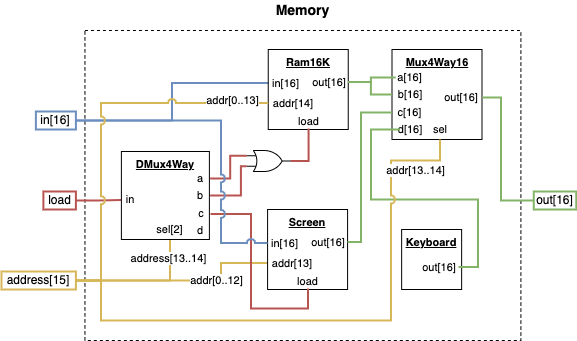
Earlier version of the draw.io export course1/project5/diagrams/memory.png (pwbrown/nand2tetris). Source tidied: cells renumbered, new cells last; positions are measured from the earlier drawing's top-left corner, leaving out a move shared by most shapes. The source it was exported from:
```xml
<mxGraphModel>
  <root>
    <mxCell id="0" />
    <mxCell id="1" parent="0" />
    <mxCell id="2" value="&lt;span style=&quot;font-size: 14px;&quot;&gt;&lt;b&gt;Memory&lt;/b&gt;&lt;/span&gt;" style="text;html=1;align=center;verticalAlign=middle;whiteSpace=wrap;rounded=0;" parent="1" vertex="1">
      <mxGeometry x="270.1" width="62.6" height="20" as="geometry" />
    </mxCell>
    <mxCell id="3" style="rounded=0;whiteSpace=wrap;html=1;dashed=1;" parent="1" vertex="1">
      <mxGeometry x="83.4" y="30" width="435.9" height="310" as="geometry" />
    </mxCell>
    <mxCell id="4" style="edgeStyle=orthogonalEdgeStyle;shape=connector;rounded=0;jettySize=auto;html=1;exitX=1;exitY=0.5;exitDx=0;exitDy=0;entryX=0;entryY=0.5;entryDx=0;entryDy=0;strokeColor=#6c8ebf;align=center;verticalAlign=middle;fontFamily=Helvetica;fontSize=11;fontColor=default;labelBackgroundColor=default;startFill=0;endArrow=none;fillColor=#dae8fc;strokeWidth=2;" parent="1" edge="1" source="5" target="24">
      <mxGeometry relative="1" as="geometry" />
    </mxCell>
    <mxCell id="5" value="in[16]" style="text;html=1;align=center;verticalAlign=middle;whiteSpace=wrap;rounded=0;flipV=1;fillColor=none;strokeColor=#6c8ebf;strokeWidth=2;" parent="1" vertex="1">
      <mxGeometry x="34.4" y="111" width="40" height="18" as="geometry" />
    </mxCell>
    <mxCell id="6" style="edgeStyle=orthogonalEdgeStyle;rounded=0;jettySize=auto;html=1;exitX=1;exitY=0.5;exitDx=0;exitDy=0;endArrow=none;startFill=0;fillColor=#f8cecc;strokeColor=#b85450;strokeWidth=2;" parent="1" edge="1" source="7" target="16">
      <mxGeometry relative="1" as="geometry" />
    </mxCell>
    <mxCell id="7" value="load" style="text;html=1;align=center;verticalAlign=middle;whiteSpace=wrap;rounded=0;flipV=1;fillColor=none;strokeColor=#b85450;strokeWidth=2;" parent="1" vertex="1">
      <mxGeometry x="41.9" y="191" width="32.5" height="18" as="geometry" />
    </mxCell>
    <mxCell id="8" style="edgeStyle=orthogonalEdgeStyle;shape=connector;rounded=0;jettySize=auto;html=1;exitX=1;exitY=0.5;exitDx=0;exitDy=0;entryX=0.5;entryY=1;entryDx=0;entryDy=0;strokeColor=#d6b656;align=center;verticalAlign=middle;fontFamily=Helvetica;fontSize=11;fontColor=default;labelBackgroundColor=default;startFill=0;endArrow=none;fillColor=#fff2cc;strokeWidth=2;" parent="1" edge="1" source="12" target="17">
      <mxGeometry relative="1" as="geometry" />
    </mxCell>
    <mxCell id="9" value="address[13..14]" style="edgeLabel;html=1;align=center;verticalAlign=middle;fontFamily=Helvetica;fontSize=11;fontColor=default;labelBackgroundColor=default;" parent="8" vertex="1">
      <mxGeometry x="0.53" y="-3" relative="1" as="geometry">
        <mxPoint x="-5" y="-12" as="offset" />
      </mxGeometry>
    </mxCell>
    <mxCell id="10" style="edgeStyle=orthogonalEdgeStyle;shape=connector;rounded=0;jettySize=auto;html=1;exitX=1;exitY=0.5;exitDx=0;exitDy=0;entryX=0;entryY=0.5;entryDx=0;entryDy=0;strokeColor=#d6b656;align=center;verticalAlign=middle;fontFamily=Helvetica;fontSize=11;fontColor=default;labelBackgroundColor=default;startFill=0;endArrow=none;fillColor=#fff2cc;strokeWidth=2;" parent="1" edge="1" source="12" target="36">
      <mxGeometry relative="1" as="geometry">
        <Array as="points">
          <mxPoint x="219.4" y="280" />
          <mxPoint x="219.4" y="263" />
        </Array>
      </mxGeometry>
    </mxCell>
    <mxCell id="11" value="addr[0..12]" style="edgeLabel;html=1;align=center;verticalAlign=middle;fontFamily=Helvetica;fontSize=11;fontColor=default;labelBackgroundColor=default;" parent="10" vertex="1">
      <mxGeometry x="0.67" relative="1" as="geometry">
        <mxPoint x="-16" y="17" as="offset" />
      </mxGeometry>
    </mxCell>
    <mxCell id="12" value="address[15]" style="text;html=1;align=center;verticalAlign=middle;whiteSpace=wrap;rounded=0;flipV=1;fillColor=none;strokeColor=#d6b656;strokeWidth=2;" parent="1" vertex="1">
      <mxGeometry y="271" width="74.4" height="18" as="geometry" />
    </mxCell>
    <mxCell id="13" value="out[16]" style="text;html=1;align=center;verticalAlign=middle;whiteSpace=wrap;rounded=0;flipV=1;fillColor=none;strokeColor=#82b366;strokeWidth=2;" parent="1" vertex="1">
      <mxGeometry x="532.3" y="191" width="42.5" height="18" as="geometry" />
    </mxCell>
    <mxCell id="14" style="group;" parent="1" vertex="1">
      <mxGeometry x="119.9" y="151" width="90" height="88" as="geometry" />
    </mxCell>
    <mxCell id="15" value="&lt;b&gt;&lt;u&gt;DMux4Way&lt;/u&gt;&lt;/b&gt;" style="whiteSpace=wrap;html=1;fontFamily=Helvetica;fontSize=11;fontColor=default;labelBackgroundColor=default;verticalAlign=top;" parent="14" vertex="1">
      <mxGeometry width="88" height="88" as="geometry" />
    </mxCell>
    <mxCell id="16" value="in" style="text;html=1;align=center;verticalAlign=middle;whiteSpace=wrap;rounded=0;fontFamily=Helvetica;fontSize=11;fontColor=default;labelBackgroundColor=default;" parent="14" vertex="1">
      <mxGeometry y="39.5" width="18.4" height="18" as="geometry" />
    </mxCell>
    <mxCell id="17" value="sel[2]" style="text;html=1;align=center;verticalAlign=middle;whiteSpace=wrap;rounded=0;fontFamily=Helvetica;fontSize=11;fontColor=default;labelBackgroundColor=default;" parent="14" vertex="1">
      <mxGeometry x="31.2" y="70" width="34.9" height="16.2" as="geometry" />
    </mxCell>
    <mxCell id="18" value="a" style="text;html=1;align=center;verticalAlign=middle;whiteSpace=wrap;rounded=0;fontFamily=Helvetica;fontSize=11;fontColor=default;labelBackgroundColor=default;" parent="14" vertex="1">
      <mxGeometry x="70.4" y="18" width="18.4" height="18" as="geometry" />
    </mxCell>
    <mxCell id="19" value="b" style="text;html=1;align=center;verticalAlign=middle;whiteSpace=wrap;rounded=0;fontFamily=Helvetica;fontSize=11;fontColor=default;labelBackgroundColor=default;" parent="14" vertex="1">
      <mxGeometry x="70.4" y="35" width="18.4" height="18" as="geometry" />
    </mxCell>
    <mxCell id="20" value="c" style="text;html=1;align=center;verticalAlign=middle;whiteSpace=wrap;rounded=0;fontFamily=Helvetica;fontSize=11;fontColor=default;labelBackgroundColor=default;" parent="14" vertex="1">
      <mxGeometry x="70.7" y="53.9" width="18.4" height="17.1" as="geometry" />
    </mxCell>
    <mxCell id="21" value="d" style="text;html=1;align=center;verticalAlign=middle;whiteSpace=wrap;rounded=0;fontFamily=Helvetica;fontSize=11;fontColor=default;labelBackgroundColor=default;" parent="14" vertex="1">
      <mxGeometry x="70.4" y="70" width="18.4" height="18" as="geometry" />
    </mxCell>
    <mxCell id="22" style="group;fontFamily=Helvetica;fontSize=11;fontColor=default;labelBackgroundColor=default;" parent="1" vertex="1">
      <mxGeometry x="266.8" y="49" width="80" height="80" as="geometry" />
    </mxCell>
    <mxCell id="23" value="&lt;b&gt;&lt;u&gt;Ram16K&lt;/u&gt;&lt;/b&gt;" style="whiteSpace=wrap;html=1;fontFamily=Helvetica;fontSize=11;fontColor=default;labelBackgroundColor=default;verticalAlign=top;" parent="22" vertex="1">
      <mxGeometry width="80" height="80" as="geometry" />
    </mxCell>
    <mxCell id="24" value="in[16]" style="text;html=1;align=center;verticalAlign=middle;whiteSpace=wrap;rounded=0;fontFamily=Helvetica;fontSize=11;fontColor=default;labelBackgroundColor=default;" parent="22" vertex="1">
      <mxGeometry y="26" width="34.9" height="15" as="geometry" />
    </mxCell>
    <mxCell id="25" value="out[16]" style="text;html=1;align=center;verticalAlign=middle;whiteSpace=wrap;rounded=0;fontFamily=Helvetica;fontSize=11;fontColor=default;labelBackgroundColor=default;" parent="22" vertex="1">
      <mxGeometry x="42.1" y="25" width="37.9" height="15" as="geometry" />
    </mxCell>
    <mxCell id="26" value="addr[14]" style="text;html=1;align=center;verticalAlign=middle;whiteSpace=wrap;rounded=0;fontFamily=Helvetica;fontSize=11;fontColor=default;labelBackgroundColor=default;" parent="22" vertex="1">
      <mxGeometry x="0.1" y="46" width="49.9" height="15" as="geometry" />
    </mxCell>
    <mxCell id="27" value="load" style="text;html=1;align=center;verticalAlign=middle;whiteSpace=wrap;rounded=0;fontFamily=Helvetica;fontSize=11;fontColor=default;labelBackgroundColor=default;" parent="22" vertex="1">
      <mxGeometry x="23.9" y="64" width="32.9" height="15" as="geometry" />
    </mxCell>
    <mxCell id="28" style="edgeStyle=orthogonalEdgeStyle;shape=connector;rounded=0;jettySize=auto;html=1;exitX=1;exitY=0.5;exitDx=0;exitDy=0;exitPerimeter=0;entryX=0.5;entryY=1;entryDx=0;entryDy=0;strokeColor=#b85450;align=center;verticalAlign=middle;fontFamily=Helvetica;fontSize=11;fontColor=default;labelBackgroundColor=default;startFill=0;endArrow=none;fillColor=#f8cecc;strokeWidth=2;" parent="1" edge="1" source="29" target="27">
      <mxGeometry relative="1" as="geometry" />
    </mxCell>
    <mxCell id="29" style="verticalLabelPosition=bottom;shadow=0;dashed=0;align=center;html=1;verticalAlign=top;shape=mxgraph.electrical.logic_gates.logic_gate;operation=or;fontFamily=Helvetica;fontSize=11;fontColor=default;labelBackgroundColor=default;" parent="1" vertex="1">
      <mxGeometry x="245.1" y="150" width="44.2" height="21" as="geometry" />
    </mxCell>
    <mxCell id="30" style="edgeStyle=orthogonalEdgeStyle;shape=connector;rounded=0;jettySize=auto;html=1;exitX=1;exitY=0.5;exitDx=0;exitDy=0;entryX=0;entryY=0.25;entryDx=0;entryDy=0;entryPerimeter=0;strokeColor=#b85450;align=center;verticalAlign=middle;fontFamily=Helvetica;fontSize=11;fontColor=default;labelBackgroundColor=default;startFill=0;endArrow=none;fillColor=#f8cecc;strokeWidth=2;" parent="1" edge="1" source="18" target="29">
      <mxGeometry relative="1" as="geometry" />
    </mxCell>
    <mxCell id="31" style="edgeStyle=orthogonalEdgeStyle;shape=connector;rounded=0;jettySize=auto;html=1;exitX=1;exitY=0.5;exitDx=0;exitDy=0;entryX=0;entryY=0.75;entryDx=0;entryDy=0;entryPerimeter=0;strokeColor=#b85450;align=center;verticalAlign=middle;fontFamily=Helvetica;fontSize=11;fontColor=default;labelBackgroundColor=default;startFill=0;endArrow=none;fillColor=#f8cecc;strokeWidth=2;" parent="1" edge="1" source="19" target="29">
      <mxGeometry relative="1" as="geometry">
        <Array as="points">
          <mxPoint x="239.4" y="195" />
          <mxPoint x="239.4" y="166" />
        </Array>
      </mxGeometry>
    </mxCell>
    <mxCell id="32" style="group;fontFamily=Helvetica;fontSize=11;fontColor=default;labelBackgroundColor=default;" parent="1" vertex="1">
      <mxGeometry x="266.1" y="209" width="80" height="80" as="geometry" />
    </mxCell>
    <mxCell id="33" value="&lt;b&gt;&lt;u&gt;Screen&lt;/u&gt;&lt;/b&gt;" style="whiteSpace=wrap;html=1;fontFamily=Helvetica;fontSize=11;fontColor=default;labelBackgroundColor=default;verticalAlign=top;" parent="32" vertex="1">
      <mxGeometry width="80" height="80" as="geometry" />
    </mxCell>
    <mxCell id="34" value="in[16]" style="text;html=1;align=center;verticalAlign=middle;whiteSpace=wrap;rounded=0;fontFamily=Helvetica;fontSize=11;fontColor=default;labelBackgroundColor=default;" parent="32" vertex="1">
      <mxGeometry y="26" width="34.9" height="15" as="geometry" />
    </mxCell>
    <mxCell id="35" value="out[16]" style="text;html=1;align=center;verticalAlign=middle;whiteSpace=wrap;rounded=0;fontFamily=Helvetica;fontSize=11;fontColor=default;labelBackgroundColor=default;" parent="32" vertex="1">
      <mxGeometry x="42.1" y="25" width="37.9" height="15" as="geometry" />
    </mxCell>
    <mxCell id="36" value="addr[13]" style="text;html=1;align=center;verticalAlign=middle;whiteSpace=wrap;rounded=0;fontFamily=Helvetica;fontSize=11;fontColor=default;labelBackgroundColor=default;" parent="32" vertex="1">
      <mxGeometry x="0.1" y="46" width="49.9" height="15" as="geometry" />
    </mxCell>
    <mxCell id="37" value="load" style="text;html=1;align=center;verticalAlign=middle;whiteSpace=wrap;rounded=0;fontFamily=Helvetica;fontSize=11;fontColor=default;labelBackgroundColor=default;" parent="32" vertex="1">
      <mxGeometry x="23.9" y="64" width="32.9" height="15" as="geometry" />
    </mxCell>
    <mxCell id="38" style="group;fontFamily=Helvetica;fontSize=11;fontColor=default;labelBackgroundColor=default;" parent="1" vertex="1">
      <mxGeometry x="400.1" y="229" width="70" height="60" as="geometry" />
    </mxCell>
    <mxCell id="39" value="&lt;b&gt;&lt;u&gt;Keyboard&lt;/u&gt;&lt;/b&gt;" style="whiteSpace=wrap;html=1;fontFamily=Helvetica;fontSize=11;fontColor=default;labelBackgroundColor=default;verticalAlign=top;" parent="38" vertex="1">
      <mxGeometry width="60" height="60" as="geometry" />
    </mxCell>
    <mxCell id="40" value="out[16]" style="text;html=1;align=center;verticalAlign=middle;whiteSpace=wrap;rounded=0;fontFamily=Helvetica;fontSize=11;fontColor=default;labelBackgroundColor=default;" parent="38" vertex="1">
      <mxGeometry x="18.9" y="30" width="37.9" height="15" as="geometry" />
    </mxCell>
    <mxCell id="41" style="edgeStyle=orthogonalEdgeStyle;shape=connector;rounded=0;jettySize=auto;html=1;exitX=1;exitY=0.5;exitDx=0;exitDy=0;entryX=0.5;entryY=1;entryDx=0;entryDy=0;strokeColor=#b85450;align=center;verticalAlign=middle;fontFamily=Helvetica;fontSize=11;fontColor=default;labelBackgroundColor=default;startFill=0;endArrow=none;fillColor=#f8cecc;strokeWidth=2;" parent="1" edge="1" source="20" target="37">
      <mxGeometry relative="1" as="geometry" />
    </mxCell>
    <mxCell id="42" style="edgeStyle=orthogonalEdgeStyle;shape=connector;rounded=0;jettySize=auto;html=1;exitX=1;exitY=0.5;exitDx=0;exitDy=0;entryX=0;entryY=0.5;entryDx=0;entryDy=0;strokeColor=#6c8ebf;align=center;verticalAlign=middle;fontFamily=Helvetica;fontSize=11;fontColor=default;labelBackgroundColor=default;startFill=0;endArrow=none;jumpStyle=arc;fillColor=#dae8fc;strokeWidth=2;" parent="1" edge="1" source="5" target="34">
      <mxGeometry relative="1" as="geometry">
        <Array as="points">
          <mxPoint x="219.4" y="120" />
          <mxPoint x="219.4" y="243" />
        </Array>
      </mxGeometry>
    </mxCell>
    <mxCell id="43" style="group;fontFamily=Helvetica;fontSize=11;fontColor=default;labelBackgroundColor=default;" parent="1" vertex="1">
      <mxGeometry x="390.5" y="49" width="90" height="90" as="geometry" />
    </mxCell>
    <mxCell id="44" value="&lt;b&gt;&lt;u&gt;Mux4Way16&lt;/u&gt;&lt;/b&gt;" style="whiteSpace=wrap;html=1;fontFamily=Helvetica;fontSize=11;fontColor=default;labelBackgroundColor=default;verticalAlign=top;" parent="43" vertex="1">
      <mxGeometry width="90" height="90" as="geometry" />
    </mxCell>
    <mxCell id="45" value="a[16]" style="text;html=1;align=center;verticalAlign=middle;whiteSpace=wrap;rounded=0;fontFamily=Helvetica;fontSize=11;fontColor=default;labelBackgroundColor=default;" parent="43" vertex="1">
      <mxGeometry x="3.8" y="18" width="29" height="20" as="geometry" />
    </mxCell>
    <mxCell id="46" value="b[16]" style="text;html=1;align=center;verticalAlign=middle;whiteSpace=wrap;rounded=0;fontFamily=Helvetica;fontSize=11;fontColor=default;labelBackgroundColor=default;" parent="43" vertex="1">
      <mxGeometry x="8" y="35" width="20" height="20" as="geometry" />
    </mxCell>
    <mxCell id="47" value="sel" style="text;html=1;align=center;verticalAlign=middle;whiteSpace=wrap;rounded=0;fontFamily=Helvetica;fontSize=11;fontColor=default;labelBackgroundColor=default;" parent="43" vertex="1">
      <mxGeometry x="38" y="70" width="20" height="20" as="geometry" />
    </mxCell>
    <mxCell id="48" value="out[16]" style="text;html=1;align=center;verticalAlign=middle;whiteSpace=wrap;rounded=0;fontFamily=Helvetica;fontSize=11;fontColor=default;labelBackgroundColor=default;" parent="43" vertex="1">
      <mxGeometry x="48" y="38" width="42" height="20" as="geometry" />
    </mxCell>
    <mxCell id="49" value="c[16]" style="text;html=1;align=center;verticalAlign=middle;whiteSpace=wrap;rounded=0;fontFamily=Helvetica;fontSize=11;fontColor=default;labelBackgroundColor=default;" parent="43" vertex="1">
      <mxGeometry x="-0.2" y="53" width="37.2" height="20" as="geometry" />
    </mxCell>
    <mxCell id="50" value="d[16]" style="text;html=1;align=center;verticalAlign=middle;whiteSpace=wrap;rounded=0;fontFamily=Helvetica;fontSize=11;fontColor=default;labelBackgroundColor=default;" parent="43" vertex="1">
      <mxGeometry x="8" y="70" width="20" height="20" as="geometry" />
    </mxCell>
    <mxCell id="51" style="edgeStyle=orthogonalEdgeStyle;shape=connector;rounded=0;jettySize=auto;html=1;exitX=1;exitY=0.5;exitDx=0;exitDy=0;entryX=0;entryY=0.5;entryDx=0;entryDy=0;strokeColor=#d6b656;align=center;verticalAlign=middle;fontFamily=Helvetica;fontSize=11;fontColor=default;labelBackgroundColor=default;startFill=0;endArrow=none;jumpStyle=arc;fillColor=#fff2cc;strokeWidth=2;" parent="1" edge="1" source="12" target="26">
      <mxGeometry relative="1" as="geometry">
        <Array as="points">
          <mxPoint x="99.4" y="280" />
          <mxPoint x="99.4" y="103" />
        </Array>
      </mxGeometry>
    </mxCell>
    <mxCell id="52" value="addr[0..13]" style="edgeLabel;html=1;align=center;verticalAlign=middle;fontFamily=Helvetica;fontSize=11;fontColor=default;labelBackgroundColor=default;" parent="51" vertex="1">
      <mxGeometry x="0.8" y="3" relative="1" as="geometry" />
    </mxCell>
    <mxCell id="53" style="edgeStyle=orthogonalEdgeStyle;shape=connector;rounded=0;jettySize=auto;html=1;exitX=1;exitY=0.5;exitDx=0;exitDy=0;entryX=0;entryY=0.5;entryDx=0;entryDy=0;strokeColor=#82b366;align=center;verticalAlign=middle;fontFamily=Helvetica;fontSize=11;fontColor=default;labelBackgroundColor=default;startFill=0;endArrow=none;fillColor=#d5e8d4;strokeWidth=2;" parent="1" edge="1" source="25" target="45">
      <mxGeometry relative="1" as="geometry">
        <Array as="points">
          <mxPoint x="369.4" y="82" />
          <mxPoint x="369.4" y="77" />
        </Array>
      </mxGeometry>
    </mxCell>
    <mxCell id="54" style="edgeStyle=orthogonalEdgeStyle;shape=connector;rounded=0;jettySize=auto;html=1;exitX=1;exitY=0.5;exitDx=0;exitDy=0;entryX=0;entryY=0.5;entryDx=0;entryDy=0;strokeColor=#82b366;align=center;verticalAlign=middle;fontFamily=Helvetica;fontSize=11;fontColor=default;labelBackgroundColor=default;startFill=0;endArrow=none;fillColor=#d5e8d4;strokeWidth=2;" parent="1" edge="1" source="25" target="44">
      <mxGeometry relative="1" as="geometry">
        <Array as="points">
          <mxPoint x="369.4" y="82" />
          <mxPoint x="369.4" y="94" />
        </Array>
      </mxGeometry>
    </mxCell>
    <mxCell id="55" style="edgeStyle=orthogonalEdgeStyle;shape=connector;rounded=0;jettySize=auto;html=1;exitX=1;exitY=0.5;exitDx=0;exitDy=0;entryX=0;entryY=0.5;entryDx=0;entryDy=0;strokeColor=#82b366;align=center;verticalAlign=middle;fontFamily=Helvetica;fontSize=11;fontColor=default;labelBackgroundColor=default;startFill=0;endArrow=none;fillColor=#d5e8d4;strokeWidth=2;" parent="1" edge="1" source="35" target="49">
      <mxGeometry relative="1" as="geometry">
        <Array as="points">
          <mxPoint x="359.4" y="242" />
          <mxPoint x="359.4" y="112" />
        </Array>
      </mxGeometry>
    </mxCell>
    <mxCell id="56" style="edgeStyle=orthogonalEdgeStyle;shape=connector;rounded=0;jettySize=auto;html=1;exitX=1;exitY=0.5;exitDx=0;exitDy=0;entryX=0;entryY=0.5;entryDx=0;entryDy=0;strokeColor=#82b366;align=center;verticalAlign=middle;fontFamily=Helvetica;fontSize=11;fontColor=default;labelBackgroundColor=default;startFill=0;endArrow=none;fillColor=#d5e8d4;strokeWidth=2;" parent="1" edge="1" source="40" target="50">
      <mxGeometry relative="1" as="geometry">
        <Array as="points">
          <mxPoint x="476.4" y="266" />
          <mxPoint x="476.4" y="199" />
          <mxPoint x="369.4" y="199" />
          <mxPoint x="369.4" y="129" />
        </Array>
      </mxGeometry>
    </mxCell>
    <mxCell id="57" style="edgeStyle=orthogonalEdgeStyle;shape=connector;rounded=0;jettySize=auto;html=1;exitX=1;exitY=0.5;exitDx=0;exitDy=0;entryX=0.5;entryY=1;entryDx=0;entryDy=0;strokeColor=#d6b656;align=center;verticalAlign=middle;fontFamily=Helvetica;fontSize=11;fontColor=default;labelBackgroundColor=default;startFill=0;endArrow=none;fillColor=#fff2cc;strokeWidth=2;jumpStyle=arc;" parent="1" edge="1" source="12" target="47">
      <mxGeometry relative="1" as="geometry">
        <Array as="points">
          <mxPoint x="99.4" y="280" />
          <mxPoint x="99.4" y="320" />
          <mxPoint x="389.4" y="320" />
          <mxPoint x="389.4" y="160" />
          <mxPoint x="438.4" y="160" />
        </Array>
      </mxGeometry>
    </mxCell>
    <mxCell id="58" value="addr[13..14]" style="edgeLabel;html=1;align=center;verticalAlign=middle;fontFamily=Helvetica;fontSize=11;fontColor=default;labelBackgroundColor=default;" parent="57" vertex="1">
      <mxGeometry x="0.84" y="-1" relative="1" as="geometry">
        <mxPoint x="1" y="8" as="offset" />
      </mxGeometry>
    </mxCell>
    <mxCell id="59" style="edgeStyle=orthogonalEdgeStyle;shape=connector;rounded=0;jettySize=auto;html=1;exitX=1;exitY=0.5;exitDx=0;exitDy=0;entryX=0;entryY=0.5;entryDx=0;entryDy=0;strokeColor=#82b366;align=center;verticalAlign=middle;fontFamily=Helvetica;fontSize=11;fontColor=default;labelBackgroundColor=default;startFill=0;endArrow=none;fillColor=#d5e8d4;strokeWidth=2;" parent="1" edge="1" source="48" target="13">
      <mxGeometry relative="1" as="geometry">
        <Array as="points">
          <mxPoint x="499.4" y="97" />
          <mxPoint x="499.4" y="200" />
        </Array>
      </mxGeometry>
    </mxCell>
  </root>
</mxGraphModel>
```
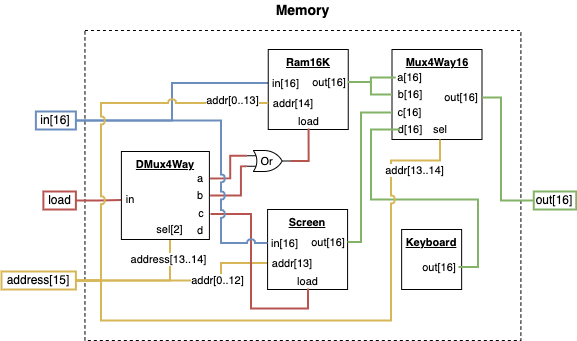
Later version of the same file.

Diff of the diagram source:
```diff
@@ -92,7 +92,7 @@
     <mxCell id="28" style="edgeStyle=orthogonalEdgeStyle;shape=connector;rounded=0;jettySize=auto;html=1;exitX=1;exitY=0.5;exitDx=0;exitDy=0;exitPerimeter=0;entryX=0.5;entryY=1;entryDx=0;entryDy=0;strokeColor=#b85450;align=center;verticalAlign=middle;fontFamily=Helvetica;fontSize=11;fontColor=default;labelBackgroundColor=default;startFill=0;endArrow=none;fillColor=#f8cecc;strokeWidth=2;" parent="1" edge="1" source="29" target="27">
       <mxGeometry relative="1" as="geometry" />
     </mxCell>
-    <mxCell id="29" style="verticalLabelPosition=bottom;shadow=0;dashed=0;align=center;html=1;verticalAlign=top;shape=mxgraph.electrical.logic_gates.logic_gate;operation=or;fontFamily=Helvetica;fontSize=11;fontColor=default;labelBackgroundColor=default;" parent="1" vertex="1">
+    <mxCell id="29" value="Or" style="verticalLabelPosition=middle;shadow=0;dashed=0;align=center;html=1;verticalAlign=middle;shape=mxgraph.electrical.logic_gates.logic_gate;operation=or;fontFamily=Helvetica;fontSize=11;fontColor=default;labelBackgroundColor=default;labelPosition=center;spacingLeft=-4;" parent="1" vertex="1">
       <mxGeometry x="245.1" y="150" width="44.2" height="21" as="geometry" />
     </mxCell>
     <mxCell id="30" style="edgeStyle=orthogonalEdgeStyle;shape=connector;rounded=0;jettySize=auto;html=1;exitX=1;exitY=0.5;exitDx=0;exitDy=0;entryX=0;entryY=0.25;entryDx=0;entryDy=0;entryPerimeter=0;strokeColor=#b85450;align=center;verticalAlign=middle;fontFamily=Helvetica;fontSize=11;fontColor=default;labelBackgroundColor=default;startFill=0;endArrow=none;fillColor=#f8cecc;strokeWidth=2;" parent="1" edge="1" source="18" target="29">
```
